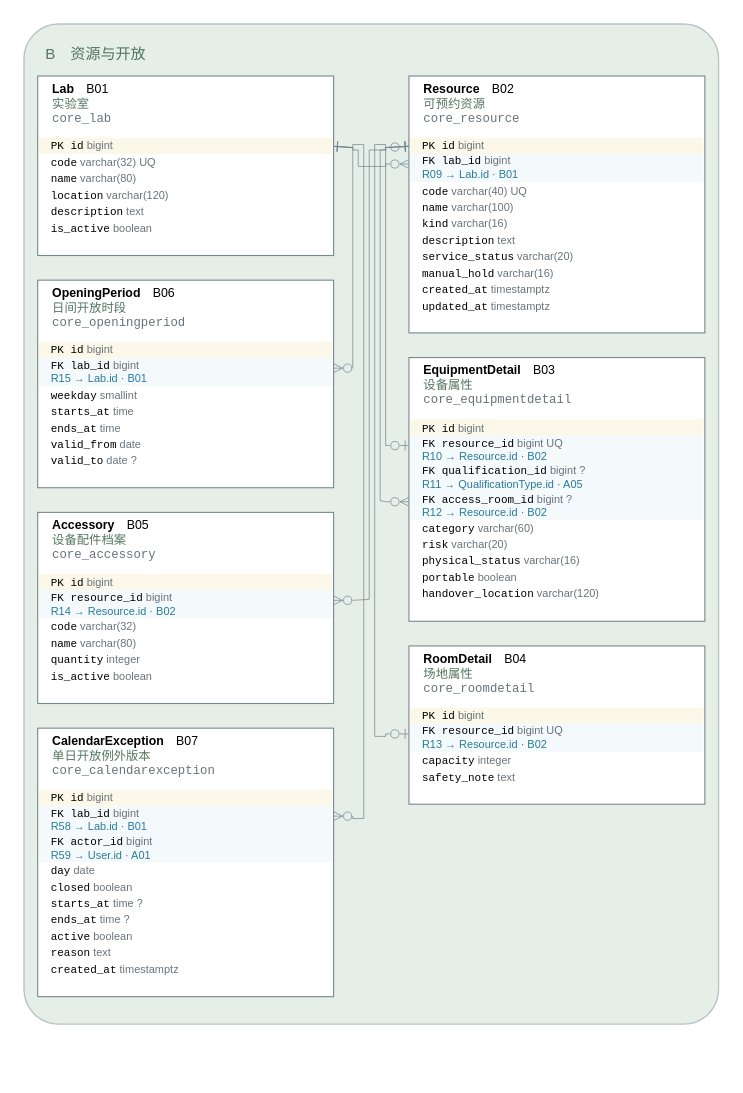
The draw.io diagram models/图形源文件/图D-3-资源与开放ERD.drawio in yvming67-gif/campus-lab-equipment-manager, before the edit. Source tidied: cells renumbered, new cells numbered last; positions are measured from the earlier drawing's top-left corner, leaving out a move shared by most shapes. Both pictures are drawn from the tidied source at 137%, with x=0, y=0 at pixel (23, 23).
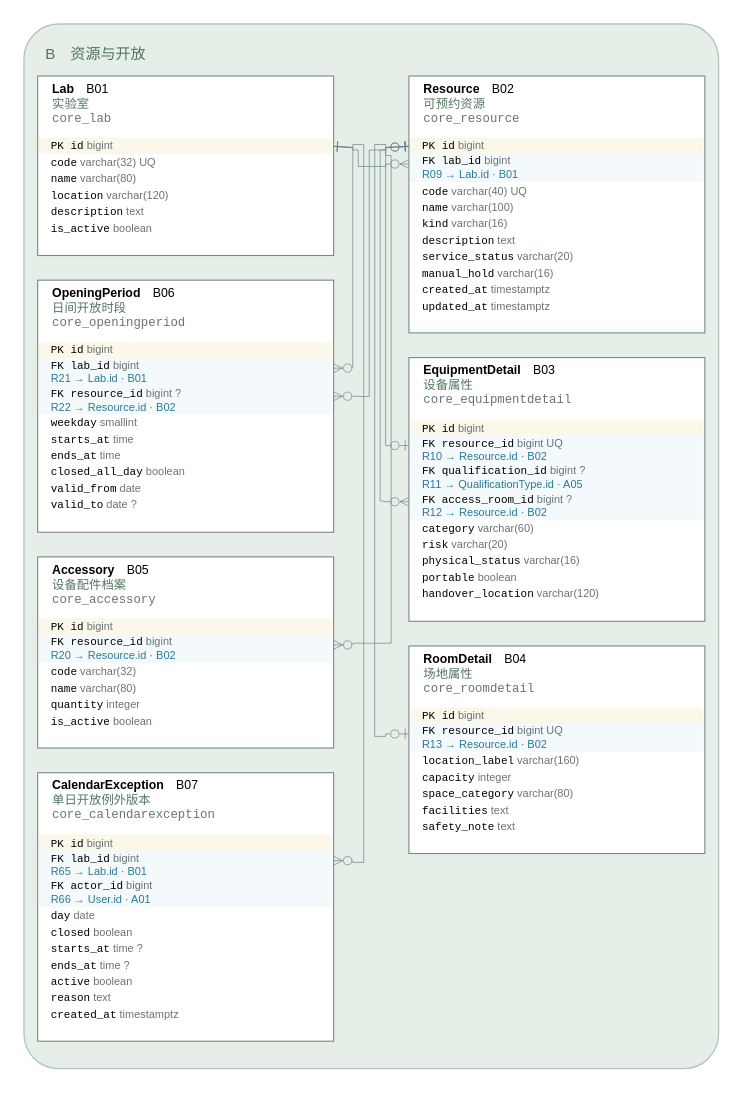
After the change.

Unchanged cells that the change refers to:
```xml
<mxCell id="8" value="&lt;font face='Consolas'&gt;PK id&lt;/font&gt; &lt;font color='#69737a'&gt;bigint&lt;/font&gt;" style="text;html=1;whiteSpace=wrap;fillColor=#fcf8e9;strokeColor=none;align=left;verticalAlign=middle;spacingLeft=7;fontSize=8;fontFamily=Microsoft YaHei;" parent="6" vertex="1">
  <mxGeometry x="1" y="45" width="214" height="12" as="geometry" />
</mxCell>
<mxCell id="45" value="&lt;font face='Consolas'&gt;PK id&lt;/font&gt; &lt;font color='#69737a'&gt;bigint&lt;/font&gt;" style="text;html=1;whiteSpace=wrap;fillColor=#fcf8e9;strokeColor=none;align=left;verticalAlign=middle;spacingLeft=7;fontSize=8;fontFamily=Microsoft YaHei;" parent="43" vertex="1">
  <mxGeometry x="1" y="45" width="214" height="12" as="geometry" />
</mxCell>
```

What changed in the source:
```diff
@@
     <mxCell id="5" value="B　资源与开放" style="rounded=1;arcSize=5;whiteSpace=wrap;html=1;fillColor=#e5eee7;strokeColor=#b8c3c6;align=left;verticalAlign=top;spacingTop=9;spacingLeft=14;fontFamily=Microsoft YaHei;fontSize=11;fontColor=#52765f;dashed=0;" parent="1" vertex="1">
-      <mxGeometry width="507" height="730" as="geometry" />
+      <mxGeometry width="507" height="762.5" as="geometry" />
     </mxCell>
@@
     <mxCell id="14" style="rounded=0;fillColor=#ffffff;strokeColor=#78888e;strokeWidth=0.8;" parent="3" vertex="1">
-      <mxGeometry x="10" y="187" width="216" height="151.5" as="geometry" />
+      <mxGeometry x="10" y="187" width="216" height="184" as="geometry" />
     </mxCell>
@@
-    <mxCell id="17" value="&lt;font face='Consolas'&gt;FK lab_id&lt;/font&gt; &lt;font color='#69737a'&gt;bigint&lt;/font&gt;&lt;br/&gt;&lt;font color='#287a9a'&gt;R15 → Lab.id · B01&lt;/font&gt;" style="text;html=1;whiteSpace=wrap;fillColor=#f4f9fb;strokeColor=none;align=left;verticalAlign=middle;spacingLeft=7;fontSize=8;fontFamily=Microsoft YaHei;" parent="14" vertex="1">
+    <mxCell id="17" value="&lt;font face='Consolas'&gt;FK lab_id&lt;/font&gt; &lt;font color='#69737a'&gt;bigint&lt;/font&gt;&lt;br/&gt;&lt;font color='#287a9a'&gt;R21 → Lab.id · B01&lt;/font&gt;" style="text;html=1;whiteSpace=wrap;fillColor=#f4f9fb;strokeColor=none;align=left;verticalAlign=middle;spacingLeft=7;fontSize=8;fontFamily=Microsoft YaHei;" parent="14" vertex="1">
       <mxGeometry x="1" y="57" width="214" height="20.5" as="geometry" />
     </mxCell>
+    <mxCell id="79" value="&lt;font face='Consolas'&gt;FK resource_id&lt;/font&gt; &lt;font color='#69737a'&gt;bigint ?&lt;/font&gt;&lt;br/&gt;&lt;font color='#287a9a'&gt;R22 → Resource.id · B02&lt;/font&gt;" style="text;html=1;whiteSpace=wrap;fillColor=#f4f9fb;strokeColor=none;align=left;verticalAlign=middle;spacingLeft=7;fontSize=8;fontFamily=Microsoft YaHei;" parent="14" vertex="1">
+      <mxGeometry x="1" y="77.5" width="214" height="20.5" as="geometry" />
+    </mxCell>
     <mxCell id="18" value="&lt;font face='Consolas'&gt;weekday&lt;/font&gt; &lt;font color='#69737a'&gt;smallint&lt;/font&gt;" style="text;html=1;whiteSpace=wrap;fillColor=#ffffff;strokeColor=none;align=left;verticalAlign=middle;spacingLeft=7;fontSize=8;fontFamily=Microsoft YaHei;" parent="14" vertex="1">
-      <mxGeometry x="1" y="77.5" width="214" height="12" as="geometry" />
+      <mxGeometry x="1" y="98" width="214" height="12" as="geometry" />
     </mxCell>
     <mxCell id="19" value="&lt;font face='Consolas'&gt;starts_at&lt;/font&gt; &lt;font color='#69737a'&gt;time&lt;/font&gt;" style="text;html=1;whiteSpace=wrap;fillColor=#ffffff;strokeColor=none;align=left;verticalAlign=middle;spacingLeft=7;fontSize=8;fontFamily=Microsoft YaHei;" parent="14" vertex="1">
-      <mxGeometry x="1" y="89.5" width="214" height="12" as="geometry" />
+      <mxGeometry x="1" y="110" width="214" height="12" as="geometry" />
     </mxCell>
     <mxCell id="20" value="&lt;font face='Consolas'&gt;ends_at&lt;/font&gt; &lt;font color='#69737a'&gt;time&lt;/font&gt;" style="text;html=1;whiteSpace=wrap;fillColor=#ffffff;strokeColor=none;align=left;verticalAlign=middle;spacingLeft=7;fontSize=8;fontFamily=Microsoft YaHei;" parent="14" vertex="1">
-      <mxGeometry x="1" y="101.5" width="214" height="12" as="geometry" />
+      <mxGeometry x="1" y="122" width="214" height="12" as="geometry" />
     </mxCell>
+    <mxCell id="80" value="&lt;font face='Consolas'&gt;closed_all_day&lt;/font&gt; &lt;font color='#69737a'&gt;boolean&lt;/font&gt;" style="text;html=1;whiteSpace=wrap;fillColor=#ffffff;strokeColor=none;align=left;verticalAlign=middle;spacingLeft=7;fontSize=8;fontFamily=Microsoft YaHei;" parent="14" vertex="1">
+      <mxGeometry x="1" y="134" width="214" height="12" as="geometry" />
+    </mxCell>
     <mxCell id="21" value="&lt;font face='Consolas'&gt;valid_from&lt;/font&gt; &lt;font color='#69737a'&gt;date&lt;/font&gt;" style="text;html=1;whiteSpace=wrap;fillColor=#ffffff;strokeColor=none;align=left;verticalAlign=middle;spacingLeft=7;fontSize=8;fontFamily=Microsoft YaHei;" parent="14" vertex="1">
-      <mxGeometry x="1" y="113.5" width="214" height="12" as="geometry" />
+      <mxGeometry x="1" y="146" width="214" height="12" as="geometry" />
     </mxCell>
     <mxCell id="22" value="&lt;font face='Consolas'&gt;valid_to&lt;/font&gt; &lt;font color='#69737a'&gt;date ?&lt;/font&gt;" style="text;html=1;whiteSpace=wrap;fillColor=#ffffff;strokeColor=none;align=left;verticalAlign=middle;spacingLeft=7;fontSize=8;fontFamily=Microsoft YaHei;" parent="14" vertex="1">
-      <mxGeometry x="1" y="125.5" width="214" height="12" as="geometry" />
+      <mxGeometry x="1" y="158" width="214" height="12" as="geometry" />
     </mxCell>
     <mxCell id="23" style="rounded=0;fillColor=#ffffff;strokeColor=#78888e;strokeWidth=0.8;" parent="3" vertex="1">
-      <mxGeometry x="10" y="356.5" width="216" height="139.5" as="geometry" />
+      <mxGeometry x="10" y="389" width="216" height="139.5" as="geometry" />
     </mxCell>
@@
-    <mxCell id="26" value="&lt;font face='Consolas'&gt;FK resource_id&lt;/font&gt; &lt;font color='#69737a'&gt;bigint&lt;/font&gt;&lt;br/&gt;&lt;font color='#287a9a'&gt;R14 → Resource.id · B02&lt;/font&gt;" style="text;html=1;whiteSpace=wrap;fillColor=#f4f9fb;strokeColor=none;align=left;verticalAlign=middle;spacingLeft=7;fontSize=8;fontFamily=Microsoft YaHei;" parent="23" vertex="1">
+    <mxCell id="26" value="&lt;font face='Consolas'&gt;FK resource_id&lt;/font&gt; &lt;font color='#69737a'&gt;bigint&lt;/font&gt;&lt;br/&gt;&lt;font color='#287a9a'&gt;R20 → Resource.id · B02&lt;/font&gt;" style="text;html=1;whiteSpace=wrap;fillColor=#f4f9fb;strokeColor=none;align=left;verticalAlign=middle;spacingLeft=7;fontSize=8;fontFamily=Microsoft YaHei;" parent="23" vertex="1">
       <mxGeometry x="1" y="57" width="214" height="20.5" as="geometry" />
     </mxCell>
@@
     <mxCell id="31" style="rounded=0;fillColor=#ffffff;strokeColor=#78888e;strokeWidth=0.8;" parent="3" vertex="1">
-      <mxGeometry x="10" y="514" width="216" height="196" as="geometry" />
+      <mxGeometry x="10" y="546.5" width="216" height="196" as="geometry" />
     </mxCell>
@@
-    <mxCell id="34" value="&lt;font face='Consolas'&gt;FK lab_id&lt;/font&gt; &lt;font color='#69737a'&gt;bigint&lt;/font&gt;&lt;br/&gt;&lt;font color='#287a9a'&gt;R58 → Lab.id · B01&lt;/font&gt;" style="text;html=1;whiteSpace=wrap;fillColor=#f4f9fb;strokeColor=none;align=left;verticalAlign=middle;spacingLeft=7;fontSize=8;fontFamily=Microsoft YaHei;" parent="31" vertex="1">
+    <mxCell id="34" value="&lt;font face='Consolas'&gt;FK lab_id&lt;/font&gt; &lt;font color='#69737a'&gt;bigint&lt;/font&gt;&lt;br/&gt;&lt;font color='#287a9a'&gt;R65 → Lab.id · B01&lt;/font&gt;" style="text;html=1;whiteSpace=wrap;fillColor=#f4f9fb;strokeColor=none;align=left;verticalAlign=middle;spacingLeft=7;fontSize=8;fontFamily=Microsoft YaHei;" parent="31" vertex="1">
       <mxGeometry x="1" y="57" width="214" height="20.5" as="geometry" />
     </mxCell>
-    <mxCell id="35" value="&lt;font face='Consolas'&gt;FK actor_id&lt;/font&gt; &lt;font color='#69737a'&gt;bigint&lt;/font&gt;&lt;br/&gt;&lt;font color='#287a9a'&gt;R59 → User.id · A01&lt;/font&gt;" style="text;html=1;whiteSpace=wrap;fillColor=#f4f9fb;strokeColor=none;align=left;verticalAlign=middle;spacingLeft=7;fontSize=8;fontFamily=Microsoft YaHei;" parent="31" vertex="1">
+    <mxCell id="35" value="&lt;font face='Consolas'&gt;FK actor_id&lt;/font&gt; &lt;font color='#69737a'&gt;bigint&lt;/font&gt;&lt;br/&gt;&lt;font color='#287a9a'&gt;R66 → User.id · A01&lt;/font&gt;" style="text;html=1;whiteSpace=wrap;fillColor=#f4f9fb;strokeColor=none;align=left;verticalAlign=middle;spacingLeft=7;fontSize=8;fontFamily=Microsoft YaHei;" parent="31" vertex="1">
       <mxGeometry x="1" y="77.5" width="214" height="20.5" as="geometry" />
     </mxCell>
@@
     <mxCell id="66" style="rounded=0;fillColor=#ffffff;strokeColor=#78888e;strokeWidth=0.8;" parent="3" vertex="1">
-      <mxGeometry x="281" y="454" width="216" height="115.5" as="geometry" />
+      <mxGeometry x="281" y="454" width="216" height="151.5" as="geometry" />
     </mxCell>
@@
+    <mxCell id="81" value="&lt;font face='Consolas'&gt;location_label&lt;/font&gt; &lt;font color='#69737a'&gt;varchar(160)&lt;/font&gt;" style="text;html=1;whiteSpace=wrap;fillColor=#ffffff;strokeColor=none;align=left;verticalAlign=middle;spacingLeft=7;fontSize=8;fontFamily=Microsoft YaHei;" parent="66" vertex="1">
+      <mxGeometry x="1" y="77.5" width="214" height="12" as="geometry" />
+    </mxCell>
     <mxCell id="70" value="&lt;font face='Consolas'&gt;capacity&lt;/font&gt; &lt;font color='#69737a'&gt;integer&lt;/font&gt;" style="text;html=1;whiteSpace=wrap;fillColor=#ffffff;strokeColor=none;align=left;verticalAlign=middle;spacingLeft=7;fontSize=8;fontFamily=Microsoft YaHei;" parent="66" vertex="1">
-      <mxGeometry x="1" y="77.5" width="214" height="12" as="geometry" />
+      <mxGeometry x="1" y="89.5" width="214" height="12" as="geometry" />
     </mxCell>
+    <mxCell id="82" value="&lt;font face='Consolas'&gt;space_category&lt;/font&gt; &lt;font color='#69737a'&gt;varchar(80)&lt;/font&gt;" style="text;html=1;whiteSpace=wrap;fillColor=#ffffff;strokeColor=none;align=left;verticalAlign=middle;spacingLeft=7;fontSize=8;fontFamily=Microsoft YaHei;" parent="66" vertex="1">
+      <mxGeometry x="1" y="101.5" width="214" height="12" as="geometry" />
+    </mxCell>
+    <mxCell id="83" value="&lt;font face='Consolas'&gt;facilities&lt;/font&gt; &lt;font color='#69737a'&gt;text&lt;/font&gt;" style="text;html=1;whiteSpace=wrap;fillColor=#ffffff;strokeColor=none;align=left;verticalAlign=middle;spacingLeft=7;fontSize=8;fontFamily=Microsoft YaHei;" parent="66" vertex="1">
+      <mxGeometry x="1" y="113.5" width="214" height="12" as="geometry" />
+    </mxCell>
     <mxCell id="71" value="&lt;font face='Consolas'&gt;safety_note&lt;/font&gt; &lt;font color='#69737a'&gt;text&lt;/font&gt;" style="text;html=1;whiteSpace=wrap;fillColor=#ffffff;strokeColor=none;align=left;verticalAlign=middle;spacingLeft=7;fontSize=8;fontFamily=Microsoft YaHei;" parent="66" vertex="1">
-      <mxGeometry x="1" y="89.5" width="214" height="12" as="geometry" />
+      <mxGeometry x="1" y="125.5" width="214" height="12" as="geometry" />
     </mxCell>
@@
+    <mxCell id="84" style="edgeStyle=orthogonalEdgeStyle;rounded=0;html=1;strokeWidth=0.5;strokeColor=#6b818c;startArrow=ERzeroToMany;endArrow=ERzeroToOne;startFill=0;endFill=0;exitX=1;exitY=0.3531707317073171;exitDx=0;exitDy=0;entryX=0;entryY=0.52;entryDx=0;entryDy=0;dashed=0;" parent="2" edge="1" source="79" target="45">
+      <mxGeometry relative="1" as="geometry">
+        <Array as="points">
+          <mxPoint x="240" y="271.7" />
+          <mxPoint x="240" y="272" />
+          <mxPoint x="252" y="272" />
+          <mxPoint x="252" y="92" />
+          <mxPoint x="264" y="92" />
+          <mxPoint x="264" y="90.2" />
+        </Array>
+      </mxGeometry>
+    </mxCell>
     <mxCell id="77" style="edgeStyle=orthogonalEdgeStyle;rounded=0;html=1;strokeWidth=0.5;strokeColor=#6b818c;startArrow=ERzeroToMany;endArrow=ERone;startFill=0;endFill=0;exitX=1;exitY=0.3531707317073171;exitDx=0;exitDy=0;entryX=1;entryY=0.52;entryDx=0;entryDy=0;dashed=0;" parent="2" edge="1" source="34" target="8">
       <mxGeometry relative="1" as="geometry">
         <Array as="points">
-          <mxPoint x="240" y="578.2" />
-          <mxPoint x="240" y="580" />
-          <mxPoint x="248" y="580" />
+          <mxPoint x="240" y="610.7" />
+          <mxPoint x="240" y="612" />
+          <mxPoint x="248" y="612" />
           <mxPoint x="248" y="88" />
           <mxPoint x="240" y="88" />
           <mxPoint x="240" y="90.2" />
         </Array>
       </mxGeometry>
     </mxCell>
     <mxCell id="78" style="edgeStyle=orthogonalEdgeStyle;rounded=0;html=1;strokeWidth=0.5;strokeColor=#6b818c;startArrow=ERzeroToMany;endArrow=ERone;startFill=0;endFill=0;exitX=1;exitY=0.3531707317073171;exitDx=0;exitDy=0;entryX=0;entryY=0.52;entryDx=0;entryDy=0;dashed=0;" parent="2" edge="1" source="26" target="45">
       <mxGeometry relative="1" as="geometry">
         <Array as="points">
-          <mxPoint x="240" y="420.7" />
-          <mxPoint x="240" y="420" />
-          <mxPoint x="252" y="420" />
-          <mxPoint x="252" y="92" />
-          <mxPoint x="264" y="92" />
+          <mxPoint x="240" y="453.2" />
+          <mxPoint x="240" y="452" />
+          <mxPoint x="268" y="452" />
+          <mxPoint x="268" y="96" />
+          <mxPoint x="264" y="96" />
           <mxPoint x="264" y="90.2" />
         </Array>
       </mxGeometry>
     </mxCell>
```
